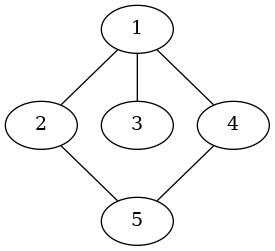
This is saida.dot.png from Luiz-Oliveiraa/projeto_Grafos, a Graphviz export, as it was before one commit. Its source is kept beside it as saida.dot.
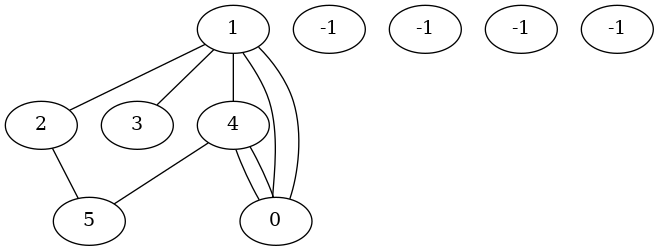
The same diagram one commit later.

The edit, as a diff of the source:
```diff
@@ -4,16 +4,38 @@
 	2[label="3"]
 	3[label="4"]
 	4[label="5"]
+	5[label="0"]
+	6[label="-1"]
+	7[label="-1"]
+	8[label="-1"]
+	9[label="-1"]
 
 	0 -- 1
 	0 -- 2
 	0 -- 3
+	0 -- 5
+	0 -- 5
 	1 -- 4
 	3 -- 4
+	3 -- 5
+	3 -- 5
 
 }
 graph grafo{
+	1[label="0"]
+	2[label="1"]
+	3[label="2"]
+	4[label="3"]
+	5[label="4"]
+	6[label="-1"]
+	7[label="-1"]
 
+	1 -- 2
+	1 -- 2
+	1 -- 5
+	1 -- 5
+	2 -- 3
+	2 -- 4
 
 }
 
```
